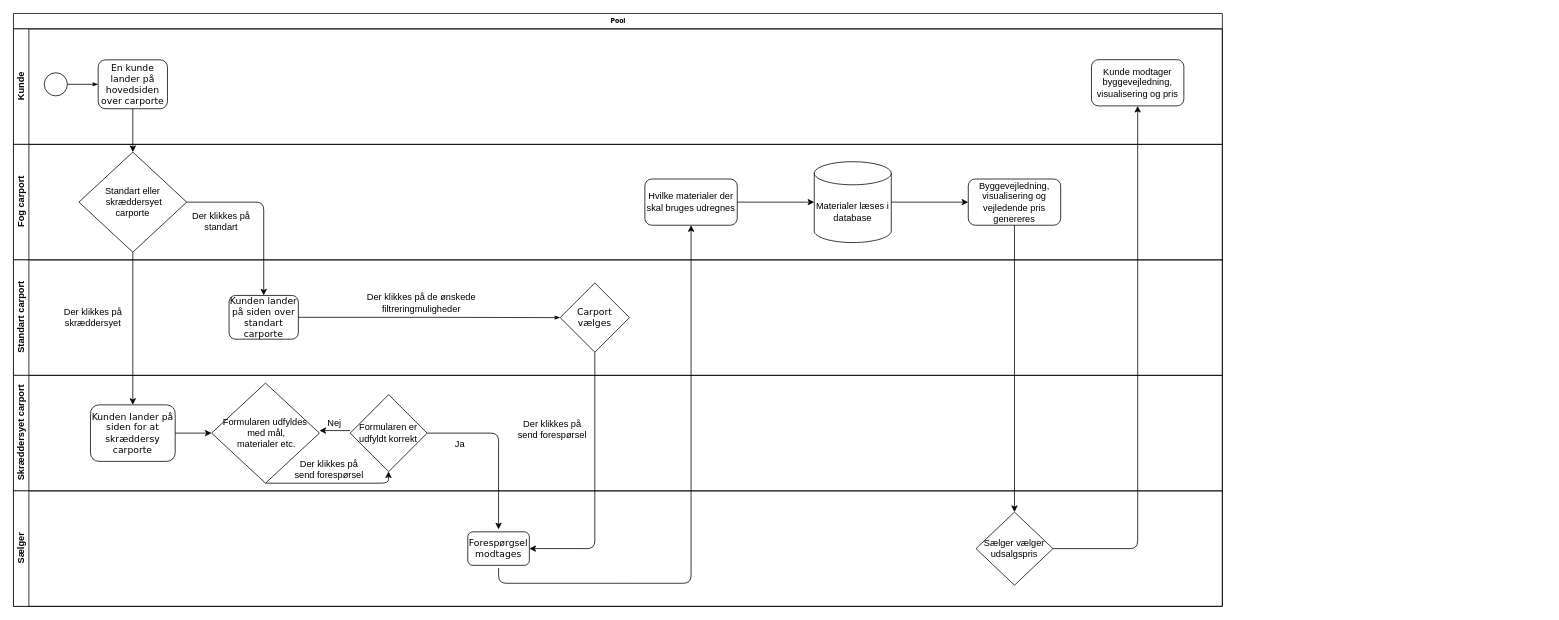
Earlier version of the draw.io diagram svømmebanediagram2.0.drawio (Capa2/sem2c4). Source tidied: cells renumbered, new cells numbered last; positions are measured from the earlier drawing's top-left corner, leaving out a move shared by most shapes. Both pictures are drawn from the tidied source at 77%, with x=0, y=0 at pixel (13, 13).
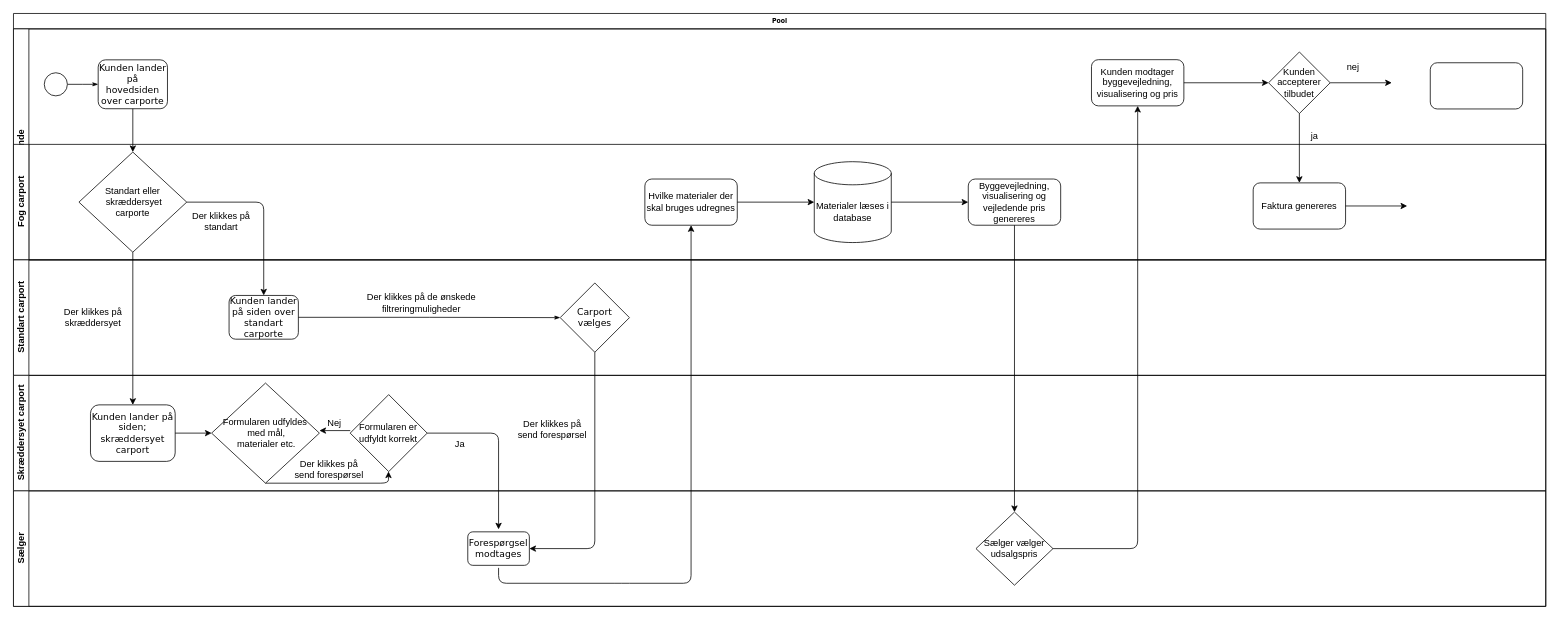
Above is the later version.

Unchanged cells that the change refers to:
```xml
<mxCell id="11" value="Standart eller&lt;br&gt;&amp;nbsp;skræddersyet&lt;br&gt;carporte" style="rhombus;whiteSpace=wrap;html=1;" parent="10" vertex="1">
  <mxGeometry x="85" y="10" width="140" height="130" as="geometry" />
</mxCell>
```

The edit, as a diff of the source:
```diff
@@
     <mxCell id="4" value="Pool" style="swimlane;html=1;horizontal=1;startSize=20;rounded=0;shadow=0;labelBackgroundColor=none;strokeWidth=1;fontFamily=Verdana;fontSize=8;align=center;" parent="1" vertex="1">
-      <mxGeometry width="1570" height="770" as="geometry" />
+      <mxGeometry width="1990" height="770" as="geometry" />
     </mxCell>
     <mxCell id="5" value="Kunde" style="swimlane;html=1;startSize=20;horizontal=0;" parent="4" vertex="1">
-      <mxGeometry y="20" width="1570" height="150" as="geometry" />
+      <mxGeometry y="20" width="1990" height="300" as="geometry" />
     </mxCell>
@@
-    <mxCell id="8" value="&lt;font style=&quot;font-size: 12px&quot;&gt;En kunde lander på hovedsiden over carporte&lt;/font&gt;" style="rounded=1;whiteSpace=wrap;html=1;shadow=0;labelBackgroundColor=none;strokeWidth=1;fontFamily=Verdana;fontSize=8;align=center;" parent="5" vertex="1">
+    <mxCell id="8" value="&lt;font style=&quot;font-size: 12px&quot;&gt;Kunden lander på hovedsiden over carporte&lt;/font&gt;" style="rounded=1;whiteSpace=wrap;html=1;shadow=0;labelBackgroundColor=none;strokeWidth=1;fontFamily=Verdana;fontSize=8;align=center;" parent="5" vertex="1">
       <mxGeometry x="110" y="40.2" width="90" height="63.5" as="geometry" />
     </mxCell>
-    <mxCell id="9" value="Kunde modtager byggevejledning, visualisering og pris" style="rounded=1;whiteSpace=wrap;html=1;" parent="5" vertex="1">
+    <mxCell id="9" value="Kunden modtager byggevejledning, visualisering og pris" style="rounded=1;whiteSpace=wrap;html=1;" parent="5" vertex="1">
       <mxGeometry x="1400" y="40" width="120" height="60" as="geometry" />
     </mxCell>
+    <mxCell id="44" style="endArrow=classic;html=1;exitX=1;exitY=0.5;exitDx=0;exitDy=0;entryX=0;entryY=0.5;entryDx=0;entryDy=0;" parent="5" edge="1" source="9" target="45">
+      <mxGeometry relative="1" as="geometry" />
+    </mxCell>
+    <mxCell id="45" value="Kunden accepterer tilbudet" style="rhombus;whiteSpace=wrap;html=1;" parent="5" vertex="1">
+      <mxGeometry x="1630" y="30" width="80" height="80" as="geometry" />
+    </mxCell>
-    <mxCell id="10" value="Fog carport" style="swimlane;html=1;startSize=20;horizontal=0;" parent="4" vertex="1">
-      <mxGeometry y="170" width="1570" height="150" as="geometry" />
+    <mxCell id="10" value="Fog carport" style="swimlane;html=1;startSize=20;horizontal=0;" parent="5" vertex="1">
+      <mxGeometry y="150" width="1990" height="150" as="geometry" />
     </mxCell>
@@
+    <mxCell id="46" value="Faktura genereres" style="rounded=1;whiteSpace=wrap;html=1;" parent="10" vertex="1">
+      <mxGeometry x="1610" y="50" width="120" height="60" as="geometry" />
+    </mxCell>
+    <mxCell id="47" style="endArrow=classic;html=1;exitX=1;exitY=0.5;exitDx=0;exitDy=0;" parent="10" edge="1" source="46">
+      <mxGeometry relative="1" as="geometry">
+        <mxPoint x="1810" y="80" as="targetPoint" />
+      </mxGeometry>
+    </mxCell>
+    <mxCell id="19" style="endArrow=classic;html=1;exitX=0.5;exitY=1;exitDx=0;exitDy=0;entryX=0.5;entryY=0;entryDx=0;entryDy=0;" parent="5" edge="1" source="8" target="11">
+      <mxGeometry relative="1" as="geometry" />
+    </mxCell>
+    <mxCell id="48" style="endArrow=classic;html=1;exitX=0.5;exitY=1;exitDx=0;exitDy=0;entryX=0.5;entryY=0;entryDx=0;entryDy=0;" parent="5" edge="1" source="45" target="46">
+      <mxGeometry relative="1" as="geometry" />
+    </mxCell>
+    <mxCell id="49" value="ja" style="text;html=1;strokeColor=none;fillColor=none;align=center;verticalAlign=middle;whiteSpace=wrap;rounded=0;" parent="5" vertex="1">
+      <mxGeometry x="1670" y="130" width="40" height="20" as="geometry" />
+    </mxCell>
+    <mxCell id="50" style="endArrow=classic;html=1;exitX=1;exitY=0.5;exitDx=0;exitDy=0;" parent="5" edge="1" source="45">
+      <mxGeometry relative="1" as="geometry">
+        <mxPoint x="1790" y="70" as="targetPoint" />
+      </mxGeometry>
+    </mxCell>
+    <mxCell id="51" value="nej" style="text;html=1;strokeColor=none;fillColor=none;align=center;verticalAlign=middle;whiteSpace=wrap;rounded=0;" parent="5" vertex="1">
+      <mxGeometry x="1720" y="40.2" width="40" height="20" as="geometry" />
+    </mxCell>
+    <mxCell id="52" style="rounded=1;whiteSpace=wrap;html=1;" parent="5" vertex="1">
+      <mxGeometry x="1840" y="44" width="120" height="60" as="geometry" />
+    </mxCell>
@@
-    <mxCell id="19" style="endArrow=classic;html=1;exitX=0.5;exitY=1;exitDx=0;exitDy=0;entryX=0.5;entryY=0;entryDx=0;entryDy=0;" parent="4" edge="1" source="8" target="11">
-      <mxGeometry relative="1" as="geometry" />
-    </mxCell>
     <mxCell id="20" value="Standart&amp;nbsp;carport" style="swimlane;html=1;startSize=20;horizontal=0;" parent="4" vertex="1">
-      <mxGeometry y="320" width="1570" height="150" as="geometry" />
+      <mxGeometry y="320" width="1990" height="150" as="geometry" />
     </mxCell>
@@
     <mxCell id="27" value="Skræddersyet carport" style="swimlane;html=1;startSize=20;horizontal=0;" parent="4" vertex="1">
-      <mxGeometry y="470" width="1570" height="150" as="geometry" />
+      <mxGeometry y="470" width="1990" height="150" as="geometry" />
     </mxCell>
@@
-    <mxCell id="29" value="&lt;font style=&quot;font-size: 12px&quot;&gt;Kunden lander på siden for at skræddersy carporte&lt;/font&gt;" style="rounded=1;whiteSpace=wrap;html=1;shadow=0;labelBackgroundColor=none;strokeWidth=1;fontFamily=Verdana;fontSize=8;align=center;" parent="27" vertex="1">
+    <mxCell id="29" value="&lt;font style=&quot;font-size: 12px&quot;&gt;Kunden lander på siden; skræddersyet carport&lt;/font&gt;" style="rounded=1;whiteSpace=wrap;html=1;shadow=0;labelBackgroundColor=none;strokeWidth=1;fontFamily=Verdana;fontSize=8;align=center;" parent="27" vertex="1">
       <mxGeometry x="100" y="38.3" width="110" height="73.4" as="geometry" />
     </mxCell>
@@
     <mxCell id="40" value="Sælger" style="swimlane;html=1;startSize=20;horizontal=0;" parent="4" vertex="1">
-      <mxGeometry y="620" width="1570" height="150" as="geometry" />
+      <mxGeometry y="620" width="1990" height="150" as="geometry" />
     </mxCell>
```
